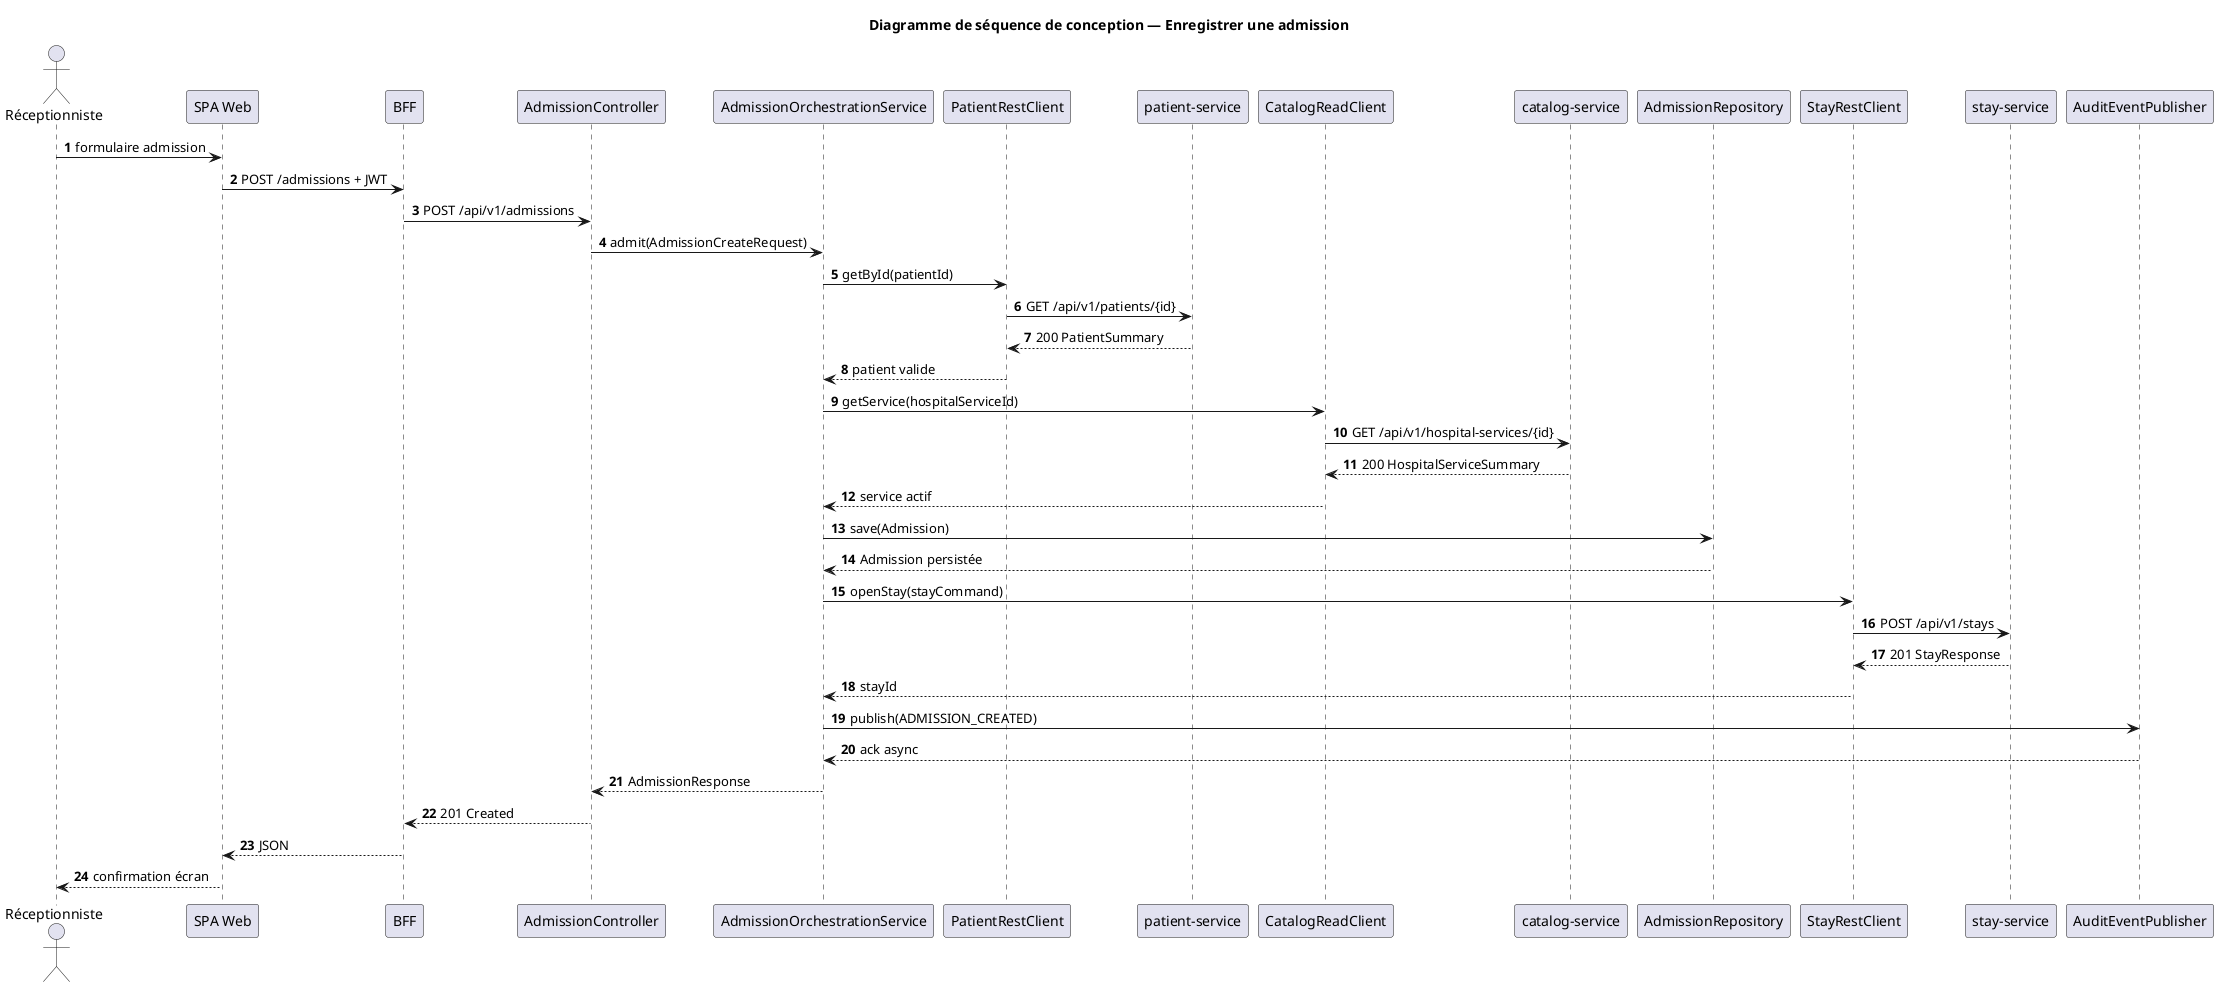
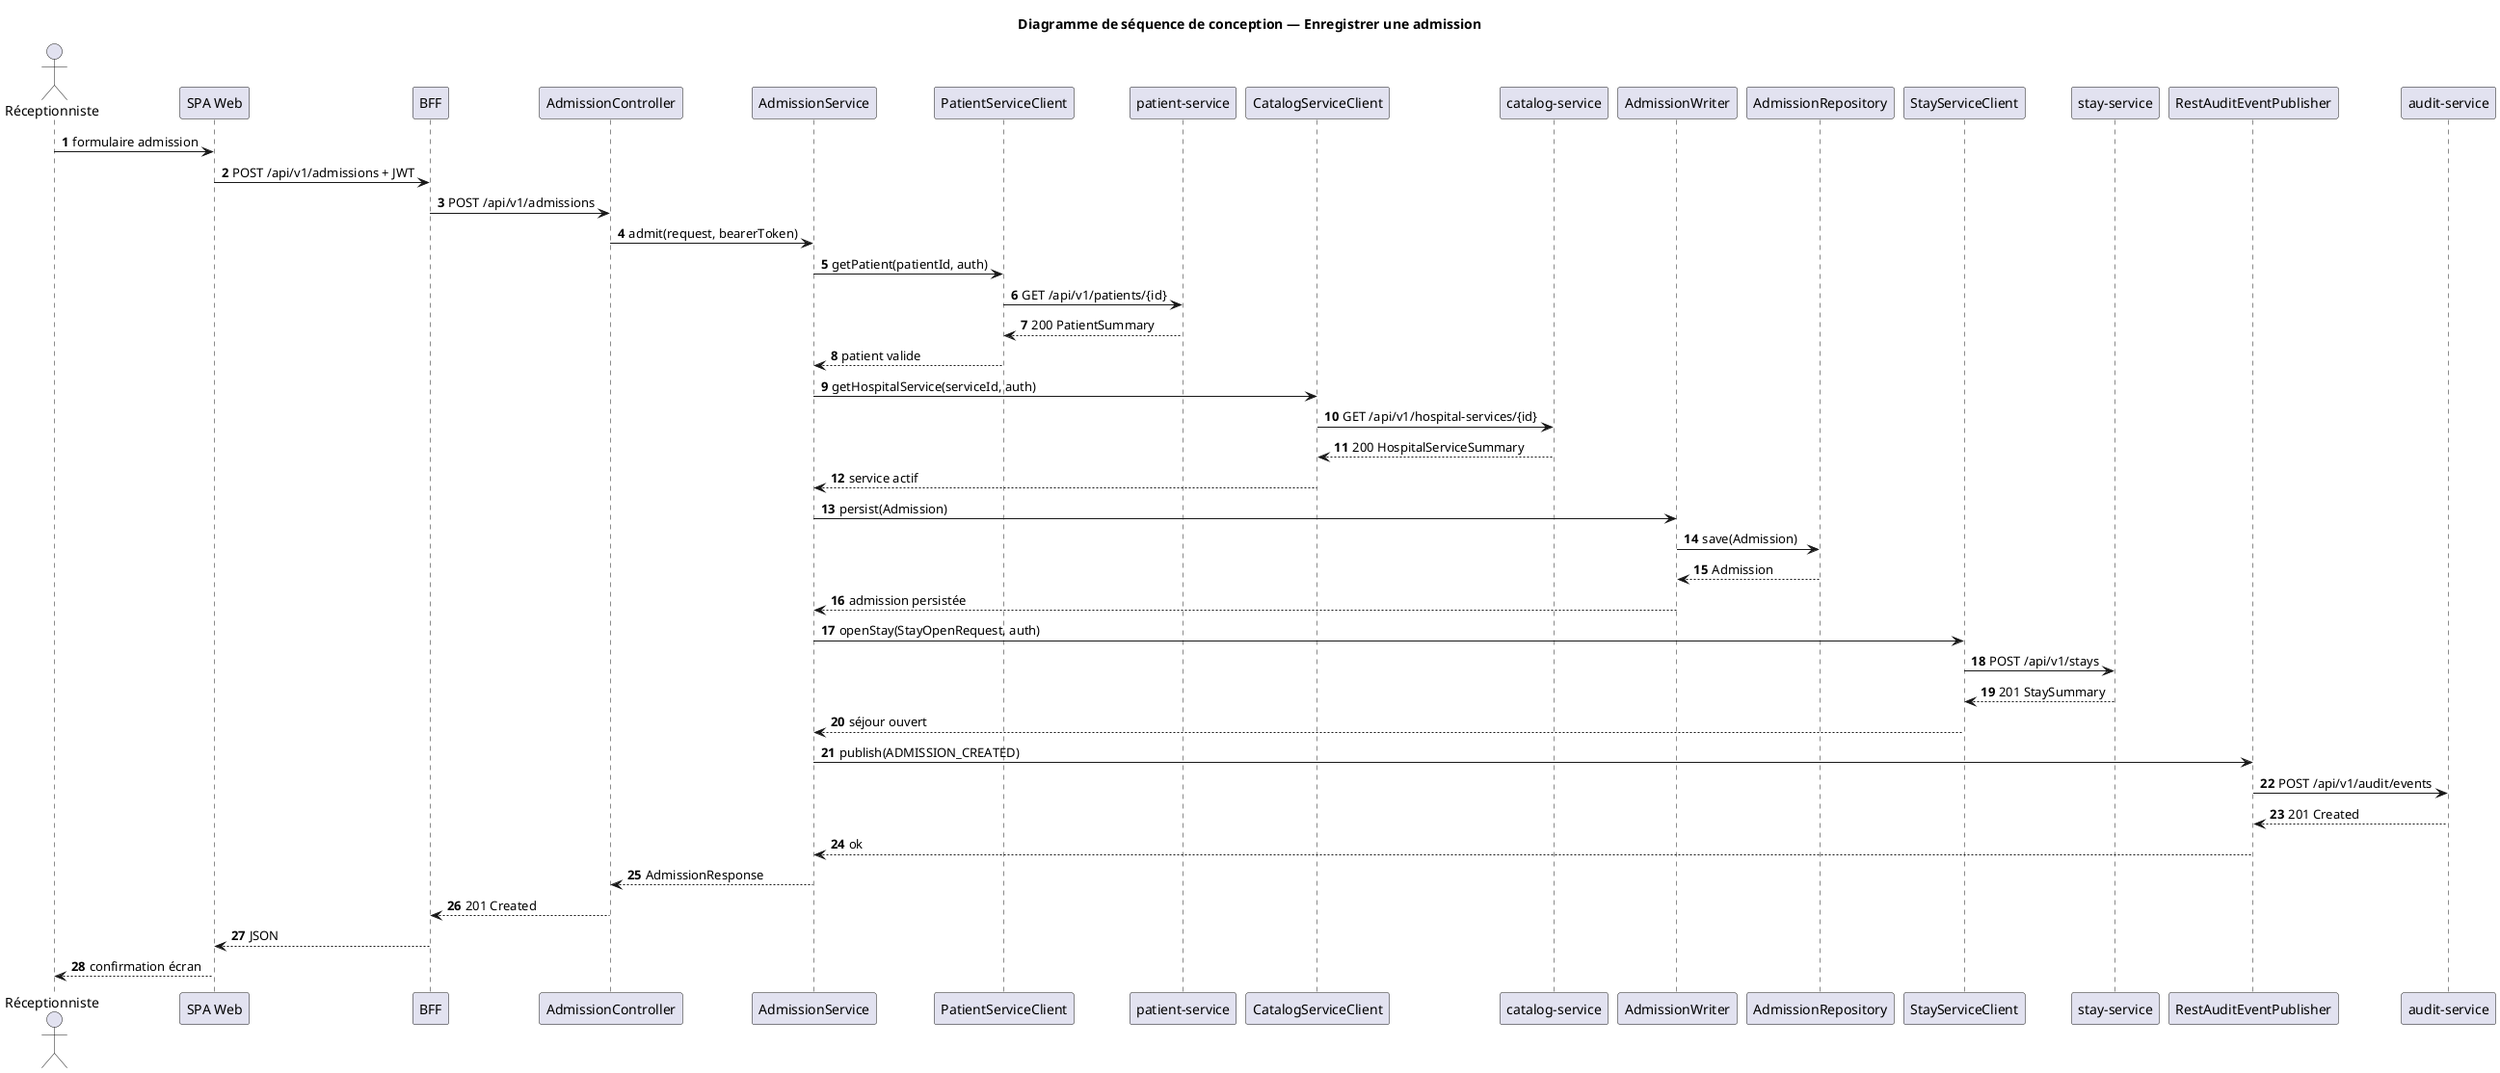
@startuml CONCEPTION_SEQUENCE_ADMISSION_AFYA
title "Diagramme de séquence de conception — Enregistrer une admission"
autonumber

actor "Réceptionniste" as User
participant "SPA Web" as Web
participant "BFF" as BFF
participant "AdmissionController" as Ctrl
- participant "AdmissionOrchestrationService" as Svc
- participant "PatientRestClient" as PatClient
+ participant "AdmissionService" as Svc
+ participant "PatientServiceClient" as PatClient
participant "patient-service" as PatSvc
- participant "CatalogReadClient" as CatClient
+ participant "CatalogServiceClient" as CatClient
participant "catalog-service" as CatSvc
+ participant "AdmissionWriter" as Writer
participant "AdmissionRepository" as Repo
- participant "StayRestClient" as StayClient
+ participant "StayServiceClient" as StayClient
participant "stay-service" as StaySvc
- participant "AuditEventPublisher" as Audit
+ participant "RestAuditEventPublisher" as Audit
+ participant "audit-service" as AuditSvc

User -> Web : formulaire admission
- Web -> BFF : POST /admissions + JWT
+ Web -> BFF : POST /api/v1/admissions + JWT
BFF -> Ctrl : POST /api/v1/admissions
- Ctrl -> Svc : admit(AdmissionCreateRequest)
+ Ctrl -> Svc : admit(request, bearerToken)

- Svc -> PatClient : getById(patientId)
+ Svc -> PatClient : getPatient(patientId, auth)
PatClient -> PatSvc : GET /api/v1/patients/{id}
PatSvc --> PatClient : 200 PatientSummary
PatClient --> Svc : patient valide

- Svc -> CatClient : getService(hospitalServiceId)
+ Svc -> CatClient : getHospitalService(serviceId, auth)
CatClient -> CatSvc : GET /api/v1/hospital-services/{id}
CatSvc --> CatClient : 200 HospitalServiceSummary
CatClient --> Svc : service actif

- Svc -> Repo : save(Admission)
- Repo --> Svc : Admission persistée
+ Svc -> Writer : persist(Admission)
+ Writer -> Repo : save(Admission)
+ Repo --> Writer : Admission
+ Writer --> Svc : admission persistée

- Svc -> StayClient : openStay(stayCommand)
+ Svc -> StayClient : openStay(StayOpenRequest, auth)
StayClient -> StaySvc : POST /api/v1/stays
- StaySvc --> StayClient : 201 StayResponse
- StayClient --> Svc : stayId
+ StaySvc --> StayClient : 201 StaySummary
+ StayClient --> Svc : séjour ouvert

Svc -> Audit : publish(ADMISSION_CREATED)
- Audit --> Svc : ack async
+ Audit -> AuditSvc : POST /api/v1/audit/events
+ AuditSvc --> Audit : 201 Created
+ Audit --> Svc : ok

Svc --> Ctrl : AdmissionResponse
Ctrl --> BFF : 201 Created
BFF --> Web : JSON
Web --> User : confirmation écran

@enduml
